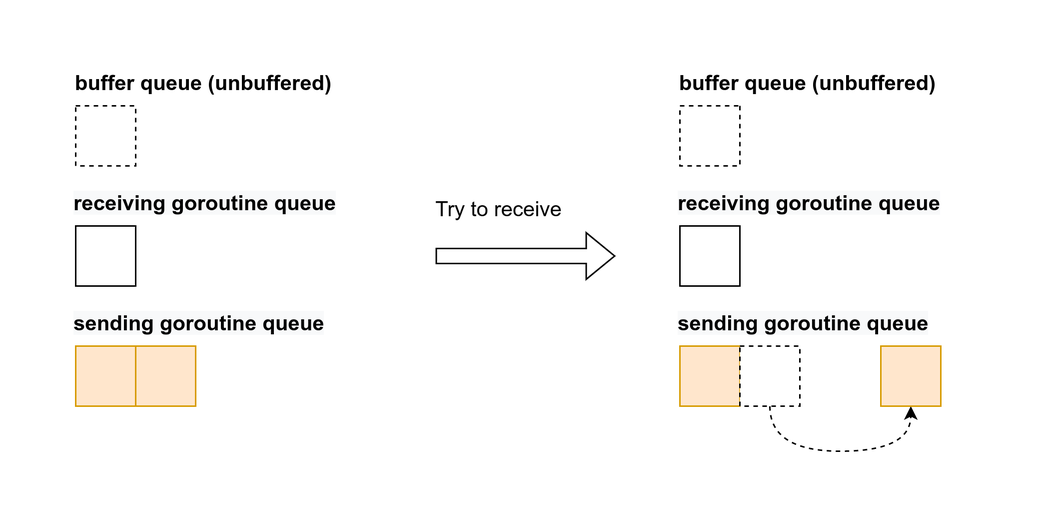
Earlier version of the draw.io export public/images/channel golang/receive3.png (ngoctd314/me). Source tidied: cells renumbered, new cells last; positions are measured from the earlier drawing's top-left corner, leaving out a move shared by most shapes. The source it was exported from:
```xml
<mxGraphModel>
  <root>
    <mxCell id="0" />
    <mxCell id="1" parent="0" />
    <mxCell id="2" style="rounded=0;whiteSpace=wrap;html=1;fontSize=14;fontStyle=1;fillColor=#ffe6cc;strokeColor=#d79b00;" parent="1" vertex="1">
      <mxGeometry x="13" y="80" width="40" height="40" as="geometry" />
    </mxCell>
    <mxCell id="3" style="rounded=0;whiteSpace=wrap;html=1;fontSize=14;fontStyle=1;" parent="1" vertex="1">
      <mxGeometry x="13" y="160" width="40" height="40" as="geometry" />
    </mxCell>
    <mxCell id="4" value="S" style="rounded=0;whiteSpace=wrap;html=1;fontSize=14;fontStyle=1;fillColor=#ffe6cc;strokeColor=#d79b00;" parent="1" vertex="1">
      <mxGeometry x="13" y="240" width="40" height="40" as="geometry" />
    </mxCell>
    <mxCell id="5" style="rounded=0;whiteSpace=wrap;html=1;fontSize=14;fontStyle=1;fillColor=#ffe6cc;strokeColor=#d79b00;" parent="1" vertex="1">
      <mxGeometry x="53" y="80" width="40" height="40" as="geometry" />
    </mxCell>
    <mxCell id="6" style="rounded=0;whiteSpace=wrap;html=1;fontSize=14;fontStyle=1;fillColor=#ffe6cc;strokeColor=#d79b00;" parent="1" vertex="1">
      <mxGeometry x="93" y="80" width="40" height="40" as="geometry" />
    </mxCell>
    <mxCell id="7" style="rounded=0;whiteSpace=wrap;html=1;fontSize=14;fontStyle=1;fillColor=#ffe6cc;strokeColor=#d79b00;" parent="1" vertex="1">
      <mxGeometry x="133" y="80" width="40" height="40" as="geometry" />
    </mxCell>
    <mxCell id="8" style="rounded=0;whiteSpace=wrap;html=1;fontSize=14;fontStyle=1;fillColor=#ffe6cc;strokeColor=#d79b00;" parent="1" vertex="1">
      <mxGeometry x="173" y="80" width="40" height="40" as="geometry" />
    </mxCell>
    <mxCell id="9" value="&lt;span style=&quot;color: rgb(0, 0, 0); font-family: Helvetica; font-size: 14px; font-style: normal; font-variant-ligatures: normal; font-variant-caps: normal; font-weight: 700; letter-spacing: normal; orphans: 2; text-align: center; text-indent: 0px; text-transform: none; widows: 2; word-spacing: 0px; -webkit-text-stroke-width: 0px; background-color: rgb(248, 249, 250); text-decoration-thickness: initial; text-decoration-style: initial; text-decoration-color: initial; float: none; display: inline !important;&quot;&gt;receiving goroutine queue&lt;/span&gt;" style="text;whiteSpace=wrap;html=1;fontSize=14;" parent="1" vertex="1">
      <mxGeometry x="10" y="130" width="216" height="38" as="geometry" />
    </mxCell>
    <mxCell id="10" value="&lt;span style=&quot;color: rgb(0, 0, 0); font-family: Helvetica; font-size: 14px; font-style: normal; font-variant-ligatures: normal; font-variant-caps: normal; font-weight: 700; letter-spacing: normal; orphans: 2; text-align: center; text-indent: 0px; text-transform: none; widows: 2; word-spacing: 0px; -webkit-text-stroke-width: 0px; background-color: rgb(248, 249, 250); text-decoration-thickness: initial; text-decoration-style: initial; text-decoration-color: initial; float: none; display: inline !important;&quot;&gt;sending goroutine queue&lt;/span&gt;" style="text;whiteSpace=wrap;html=1;fontSize=14;" parent="1" vertex="1">
      <mxGeometry x="10" y="210" width="200" height="40" as="geometry" />
    </mxCell>
    <mxCell id="11" style="shape=flexArrow;endArrow=classic;html=1;rounded=0;fontSize=14;" parent="1" edge="1">
      <mxGeometry relative="1" as="geometry">
        <mxPoint x="253" y="180" as="sourcePoint" />
        <mxPoint x="373" y="180" as="targetPoint" />
      </mxGeometry>
    </mxCell>
    <mxCell id="12" value="Try to receive" style="text;html=1;align=center;verticalAlign=middle;strokeColor=none;fillColor=none;fontSize=14;" parent="1" vertex="1">
      <mxGeometry x="240" y="134" width="110" height="30" as="geometry" />
    </mxCell>
    <mxCell id="13" style="rounded=0;whiteSpace=wrap;html=1;fontSize=14;fontStyle=1;direction=south;dashed=1;" parent="1" vertex="1">
      <mxGeometry x="416" y="80" width="40" height="40" as="geometry" />
    </mxCell>
    <mxCell id="14" style="rounded=0;whiteSpace=wrap;html=1;fontSize=14;fontStyle=1;" parent="1" vertex="1">
      <mxGeometry x="416" y="160" width="40" height="40" as="geometry" />
    </mxCell>
    <mxCell id="15" style="edgeStyle=orthogonalEdgeStyle;curved=1;rounded=0;jettySize=auto;html=1;dashed=1;fontSize=12;elbow=vertical;" parent="1" edge="1" source="16" target="29">
      <mxGeometry relative="1" as="geometry" />
    </mxCell>
    <mxCell id="16" style="rounded=0;whiteSpace=wrap;html=1;fontSize=14;fontStyle=1;dashed=1;" parent="1" vertex="1">
      <mxGeometry x="416" y="240" width="40" height="40" as="geometry" />
    </mxCell>
    <mxCell id="17" style="rounded=0;whiteSpace=wrap;html=1;fontSize=14;fontStyle=1;fillColor=#ffe6cc;strokeColor=#d79b00;" parent="1" vertex="1">
      <mxGeometry x="456" y="80" width="40" height="40" as="geometry" />
    </mxCell>
    <mxCell id="18" style="edgeStyle=orthogonalEdgeStyle;curved=1;rounded=0;jettySize=auto;html=1;fontSize=14;elbow=vertical;dashed=1;" parent="1" edge="1" source="13" target="25">
      <mxGeometry relative="1" as="geometry">
        <Array as="points">
          <mxPoint x="436" y="50" />
          <mxPoint x="673" y="50" />
        </Array>
      </mxGeometry>
    </mxCell>
    <mxCell id="19" style="rounded=0;whiteSpace=wrap;html=1;fontSize=14;fontStyle=1;fillColor=#ffe6cc;strokeColor=#d79b00;" parent="1" vertex="1">
      <mxGeometry x="496" y="80" width="40" height="40" as="geometry" />
    </mxCell>
    <mxCell id="20" style="rounded=0;whiteSpace=wrap;html=1;fontSize=14;fontStyle=1;" parent="1" vertex="1">
      <mxGeometry x="536" y="80" width="40" height="40" as="geometry" />
    </mxCell>
    <mxCell id="21" style="rounded=0;whiteSpace=wrap;html=1;fontSize=14;fontStyle=1;" parent="1" vertex="1">
      <mxGeometry x="576" y="80" width="40" height="40" as="geometry" />
    </mxCell>
    <mxCell id="22" value="buffer queue" style="text;html=1;align=center;verticalAlign=middle;strokeColor=none;fillColor=none;fontSize=14;fontStyle=1;" parent="1" vertex="1">
      <mxGeometry x="403" y="50" width="110" height="30" as="geometry" />
    </mxCell>
    <mxCell id="23" value="&lt;span style=&quot;color: rgb(0, 0, 0); font-family: Helvetica; font-size: 14px; font-style: normal; font-variant-ligatures: normal; font-variant-caps: normal; font-weight: 700; letter-spacing: normal; orphans: 2; text-align: center; text-indent: 0px; text-transform: none; widows: 2; word-spacing: 0px; -webkit-text-stroke-width: 0px; background-color: rgb(248, 249, 250); text-decoration-thickness: initial; text-decoration-style: initial; text-decoration-color: initial; float: none; display: inline !important;&quot;&gt;receiving goroutine queue&lt;/span&gt;" style="text;whiteSpace=wrap;html=1;fontSize=14;" parent="1" vertex="1">
      <mxGeometry x="413" y="130" width="216" height="38" as="geometry" />
    </mxCell>
    <mxCell id="24" value="&lt;span style=&quot;color: rgb(0, 0, 0); font-family: Helvetica; font-size: 14px; font-style: normal; font-variant-ligatures: normal; font-variant-caps: normal; font-weight: 700; letter-spacing: normal; orphans: 2; text-align: center; text-indent: 0px; text-transform: none; widows: 2; word-spacing: 0px; -webkit-text-stroke-width: 0px; background-color: rgb(248, 249, 250); text-decoration-thickness: initial; text-decoration-style: initial; text-decoration-color: initial; float: none; display: inline !important;&quot;&gt;sending goroutine queue&lt;/span&gt;" style="text;whiteSpace=wrap;html=1;fontSize=14;" parent="1" vertex="1">
      <mxGeometry x="413" y="210" width="200" height="40" as="geometry" />
    </mxCell>
    <mxCell id="25" style="rounded=0;whiteSpace=wrap;html=1;fontSize=14;fontStyle=1;fillColor=#ffe6cc;strokeColor=#d79b00;" parent="1" vertex="1">
      <mxGeometry x="653" y="80" width="40" height="40" as="geometry" />
    </mxCell>
    <mxCell id="26" value="&lt;div style=&quot;font-size: 12px;&quot;&gt;&lt;span style=&quot;background-color: initial; font-size: 12px;&quot;&gt;goroutine R will receive value&lt;/span&gt;&lt;/div&gt;&lt;div style=&quot;font-size: 12px;&quot;&gt;&lt;span style=&quot;background-color: initial; font-size: 12px;&quot;&gt;(by unshifting a value from buffer queue)&lt;/span&gt;&lt;/div&gt;" style="text;html=1;align=left;verticalAlign=middle;strokeColor=none;fillColor=none;fontSize=12;" parent="1" vertex="1">
      <mxGeometry x="493" width="240" height="40" as="geometry" />
    </mxCell>
    <mxCell id="27" style="rounded=0;whiteSpace=wrap;html=1;fontSize=14;fontStyle=1;fillColor=#ffe6cc;strokeColor=#d79b00;" parent="1" vertex="1">
      <mxGeometry x="456" y="320" width="40" height="40" as="geometry" />
    </mxCell>
    <mxCell id="28" style="rounded=0;whiteSpace=wrap;html=1;fontSize=14;fontStyle=1;fillColor=#ffe6cc;strokeColor=#d79b00;" parent="1" vertex="1">
      <mxGeometry x="496" y="320" width="40" height="40" as="geometry" />
    </mxCell>
    <mxCell id="29" style="rounded=0;whiteSpace=wrap;html=1;fontSize=14;fontStyle=1;fillColor=#ffe6cc;strokeColor=#d79b00;" parent="1" vertex="1">
      <mxGeometry x="536" y="320" width="40" height="40" as="geometry" />
    </mxCell>
    <mxCell id="30" style="rounded=0;whiteSpace=wrap;html=1;fontSize=14;fontStyle=1;" parent="1" vertex="1">
      <mxGeometry x="576" y="320" width="40" height="40" as="geometry" />
    </mxCell>
    <mxCell id="31" style="rounded=0;whiteSpace=wrap;html=1;fontSize=14;fontStyle=1;" parent="1" vertex="1">
      <mxGeometry x="616" y="320" width="40" height="40" as="geometry" />
    </mxCell>
    <mxCell id="32" value="buffer queue" style="text;html=1;align=center;verticalAlign=middle;strokeColor=none;fillColor=none;fontSize=14;fontStyle=1;" parent="1" vertex="1">
      <mxGeometry x="402" y="290" width="110" height="30" as="geometry" />
    </mxCell>
    <mxCell id="33" value="buffer queue" style="text;html=1;align=center;verticalAlign=middle;strokeColor=none;fillColor=none;fontSize=14;fontStyle=1;" parent="1" vertex="1">
      <mxGeometry y="50" width="110" height="30" as="geometry" />
    </mxCell>
  </root>
</mxGraphModel>
```
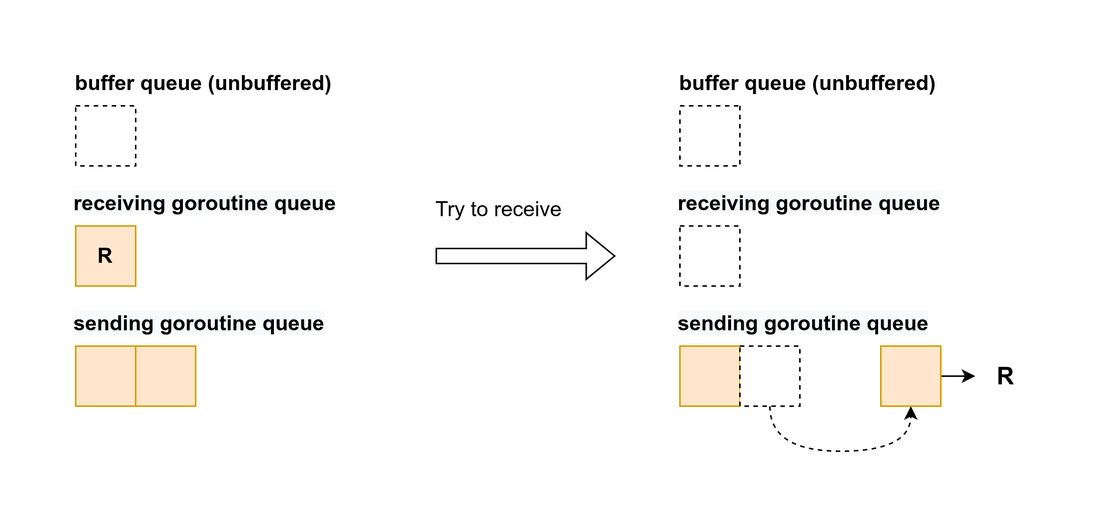
Later version of the same file.

Diff of the diagram source:
```diff
@@ -5,10 +5,10 @@
     <mxCell id="2" style="rounded=0;whiteSpace=wrap;html=1;fontSize=14;fontStyle=1;fillColor=#ffe6cc;strokeColor=#d79b00;" parent="1" vertex="1">
       <mxGeometry x="13" y="80" width="40" height="40" as="geometry" />
     </mxCell>
-    <mxCell id="3" style="rounded=0;whiteSpace=wrap;html=1;fontSize=14;fontStyle=1;" parent="1" vertex="1">
+    <mxCell id="3" value="R" style="rounded=0;whiteSpace=wrap;html=1;fontSize=14;fontStyle=1;fillColor=#ffe6cc;strokeColor=#d79b00;" parent="1" vertex="1">
       <mxGeometry x="13" y="160" width="40" height="40" as="geometry" />
     </mxCell>
-    <mxCell id="4" value="S" style="rounded=0;whiteSpace=wrap;html=1;fontSize=14;fontStyle=1;fillColor=#ffe6cc;strokeColor=#d79b00;" parent="1" vertex="1">
+    <mxCell id="4" style="rounded=0;whiteSpace=wrap;html=1;fontSize=14;fontStyle=1;fillColor=#ffe6cc;strokeColor=#d79b00;" parent="1" vertex="1">
       <mxGeometry x="13" y="240" width="40" height="40" as="geometry" />
     </mxCell>
     <mxCell id="5" style="rounded=0;whiteSpace=wrap;html=1;fontSize=14;fontStyle=1;fillColor=#ffe6cc;strokeColor=#d79b00;" parent="1" vertex="1">
@@ -41,7 +41,7 @@
     <mxCell id="13" style="rounded=0;whiteSpace=wrap;html=1;fontSize=14;fontStyle=1;direction=south;dashed=1;" parent="1" vertex="1">
       <mxGeometry x="416" y="80" width="40" height="40" as="geometry" />
     </mxCell>
-    <mxCell id="14" style="rounded=0;whiteSpace=wrap;html=1;fontSize=14;fontStyle=1;" parent="1" vertex="1">
+    <mxCell id="14" style="rounded=0;whiteSpace=wrap;html=1;fontSize=14;fontStyle=1;dashed=1;" parent="1" vertex="1">
       <mxGeometry x="416" y="160" width="40" height="40" as="geometry" />
     </mxCell>
     <mxCell id="15" style="edgeStyle=orthogonalEdgeStyle;curved=1;rounded=0;jettySize=auto;html=1;dashed=1;fontSize=12;elbow=vertical;" parent="1" edge="1" source="16" target="29">
@@ -79,6 +79,9 @@
     <mxCell id="24" value="&lt;span style=&quot;color: rgb(0, 0, 0); font-family: Helvetica; font-size: 14px; font-style: normal; font-variant-ligatures: normal; font-variant-caps: normal; font-weight: 700; letter-spacing: normal; orphans: 2; text-align: center; text-indent: 0px; text-transform: none; widows: 2; word-spacing: 0px; -webkit-text-stroke-width: 0px; background-color: rgb(248, 249, 250); text-decoration-thickness: initial; text-decoration-style: initial; text-decoration-color: initial; float: none; display: inline !important;&quot;&gt;sending goroutine queue&lt;/span&gt;" style="text;whiteSpace=wrap;html=1;fontSize=14;" parent="1" vertex="1">
       <mxGeometry x="413" y="210" width="200" height="40" as="geometry" />
     </mxCell>
+    <mxCell id="34" style="edgeStyle=orthogonalEdgeStyle;curved=1;rounded=0;jettySize=auto;html=1;fontSize=16;" parent="1" edge="1" source="25" target="35">
+      <mxGeometry relative="1" as="geometry" />
+    </mxCell>
     <mxCell id="25" style="rounded=0;whiteSpace=wrap;html=1;fontSize=14;fontStyle=1;fillColor=#ffe6cc;strokeColor=#d79b00;" parent="1" vertex="1">
       <mxGeometry x="653" y="80" width="40" height="40" as="geometry" />
     </mxCell>
@@ -106,5 +109,8 @@
     <mxCell id="33" value="buffer queue" style="text;html=1;align=center;verticalAlign=middle;strokeColor=none;fillColor=none;fontSize=14;fontStyle=1;" parent="1" vertex="1">
       <mxGeometry y="50" width="110" height="30" as="geometry" />
     </mxCell>
+    <mxCell id="35" value="&lt;b&gt;R&lt;/b&gt;" style="text;html=1;align=center;verticalAlign=middle;points=[];strokeColor=none;fillColor=none;fontSize=16;" parent="1" vertex="1">
+      <mxGeometry x="733" y="85" width="40" height="30" as="geometry" />
+    </mxCell>
   </root>
 </mxGraphModel>
```
